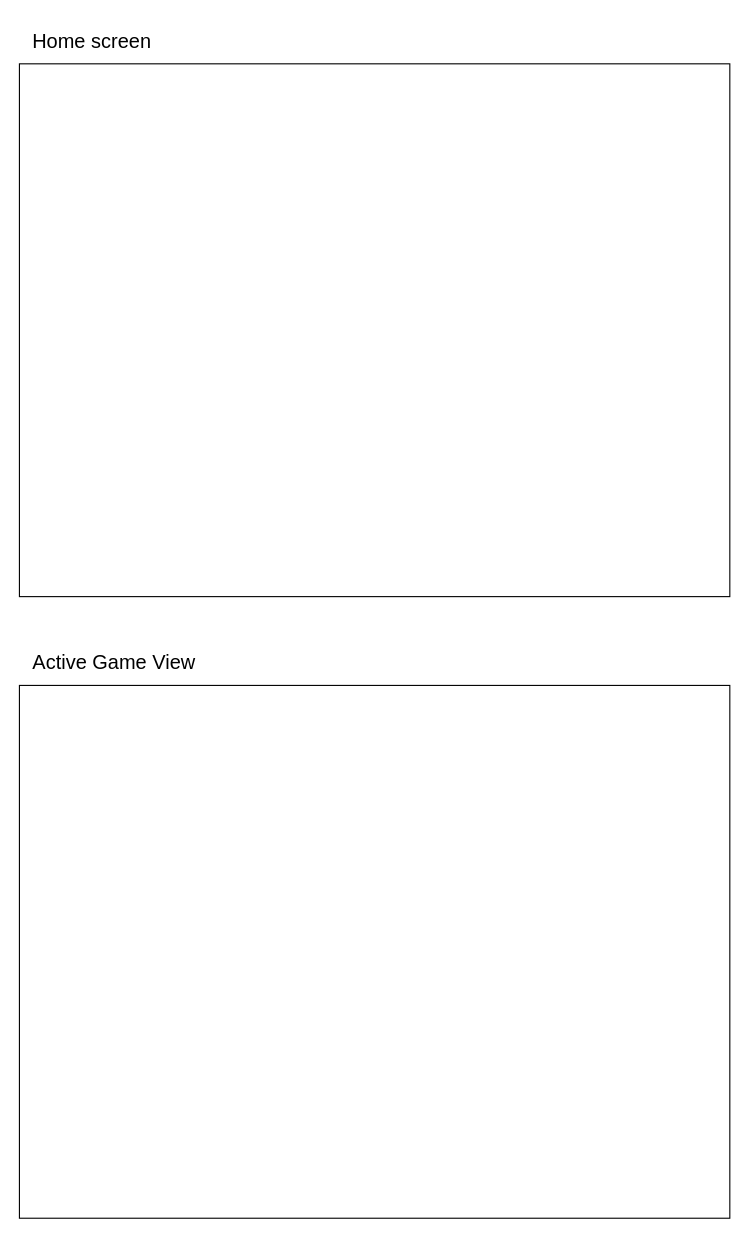
Earlier version of the draw.io diagram screens.drawio (DKwxn/scorecaddy). Source tidied: cells renumbered, new cells numbered last; positions are measured from the earlier drawing's top-left corner, leaving out a move shared by most shapes. Both pictures are drawn from the tidied source at 111%, with x=0, y=0 at pixel (19, 19).
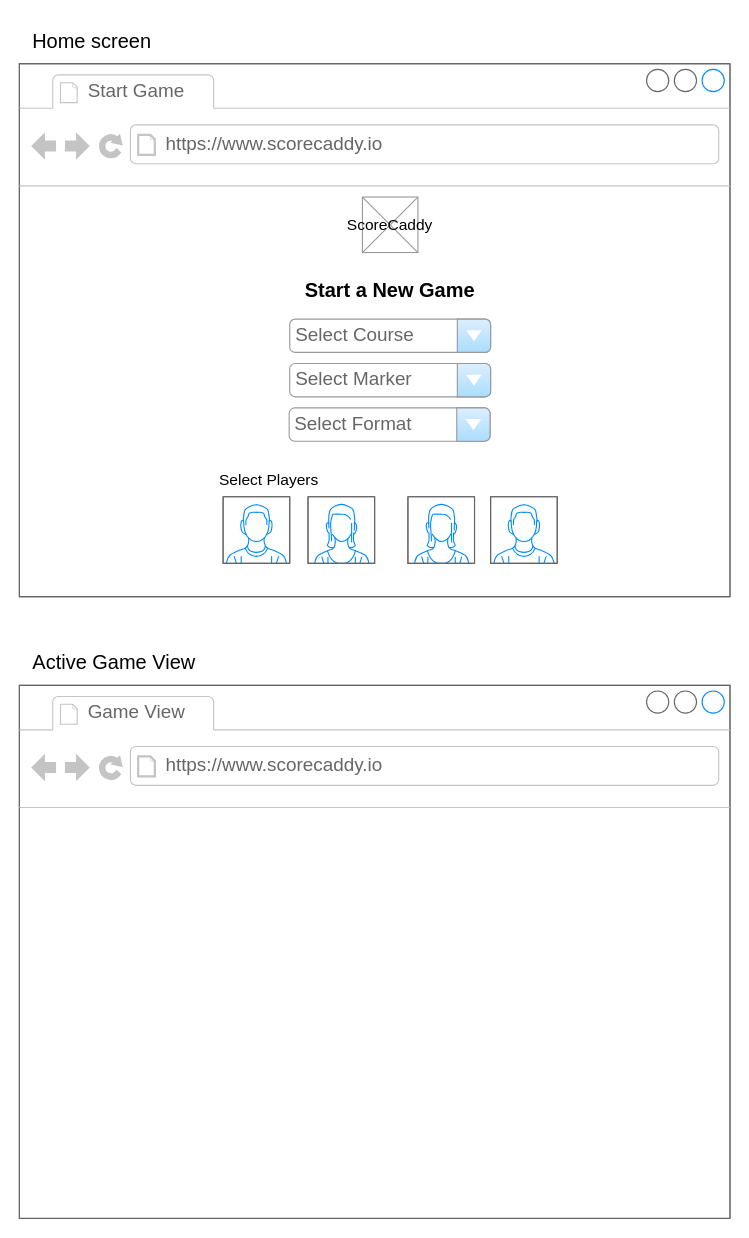
After the change.

The edit, as a diff of the source:
```diff
@@
+    <mxCell id="6" style="strokeWidth=1;shadow=0;dashed=0;align=center;html=1;shape=mxgraph.mockup.containers.browserWindow;rSize=0;strokeColor=#666666;strokeColor2=#008cff;strokeColor3=#c4c4c4;mainText=,;" parent="1" vertex="1">
+      <mxGeometry y="40" width="640" height="480" as="geometry" />
+    </mxCell>
+    <mxCell id="7" value="Start Game" style="strokeWidth=1;shadow=0;dashed=0;align=center;html=1;shape=mxgraph.mockup.containers.anchor;fontSize=17;fontColor=#666666;align=left;whiteSpace=wrap;" parent="6" vertex="1">
+      <mxGeometry x="60" y="12" width="110" height="26" as="geometry" />
+    </mxCell>
+    <mxCell id="8" value="https://www.scorecaddy.io" style="strokeWidth=1;shadow=0;dashed=0;align=center;html=1;shape=mxgraph.mockup.containers.anchor;rSize=0;fontSize=17;fontColor=#666666;align=left;" parent="6" vertex="1">
+      <mxGeometry x="130" y="60" width="250" height="26" as="geometry" />
+    </mxCell>
+    <mxCell id="9" style="verticalLabelPosition=bottom;shadow=0;dashed=0;align=center;html=1;verticalAlign=top;strokeWidth=1;shape=mxgraph.mockup.graphics.simpleIcon;strokeColor=#999999;" parent="6" vertex="1">
+      <mxGeometry x="309" y="120" width="50" height="50" as="geometry" />
+    </mxCell>
+    <mxCell id="10" value="&lt;font style=&quot;font-size: 14px;&quot;&gt;ScoreCaddy&lt;/font&gt;" style="text;html=1;align=center;verticalAlign=middle;whiteSpace=wrap;rounded=0;" parent="6" vertex="1">
+      <mxGeometry x="291" y="125" width="86" height="40" as="geometry" />
+    </mxCell>
+    <mxCell id="11" value="&lt;font style=&quot;font-size: 18px;&quot;&gt;&lt;b&gt;Start a New Game&lt;/b&gt;&lt;/font&gt;" style="text;html=1;align=center;verticalAlign=middle;whiteSpace=wrap;rounded=0;" parent="6" vertex="1">
+      <mxGeometry x="256" y="190" width="156" height="30" as="geometry" />
+    </mxCell>
+    <mxCell id="12" value="Select Course" style="strokeWidth=1;shadow=0;dashed=0;align=center;html=1;shape=mxgraph.mockup.forms.comboBox;strokeColor=#999999;fillColor=#ddeeff;align=left;fillColor2=#aaddff;mainText=;fontColor=#666666;fontSize=17;spacingLeft=3;" parent="6" vertex="1">
+      <mxGeometry x="243.5" y="230" width="181" height="30" as="geometry" />
+    </mxCell>
+    <mxCell id="13" value="Select Marker" style="strokeWidth=1;shadow=0;dashed=0;align=center;html=1;shape=mxgraph.mockup.forms.comboBox;strokeColor=#999999;fillColor=#ddeeff;align=left;fillColor2=#aaddff;mainText=;fontColor=#666666;fontSize=17;spacingLeft=3;" parent="6" vertex="1">
+      <mxGeometry x="243.5" y="270" width="181" height="30" as="geometry" />
+    </mxCell>
+    <mxCell id="14" style="verticalLabelPosition=bottom;shadow=0;dashed=0;align=center;html=1;verticalAlign=top;strokeWidth=1;shape=mxgraph.mockup.containers.userFemale;strokeColor=#666666;strokeColor2=#008cff;" parent="6" vertex="1">
+      <mxGeometry x="350" y="390" width="60" height="60" as="geometry" />
+    </mxCell>
+    <mxCell id="15" style="verticalLabelPosition=bottom;shadow=0;dashed=0;align=center;html=1;verticalAlign=top;strokeWidth=1;shape=mxgraph.mockup.containers.userMale;strokeColor=#666666;strokeColor2=#008cff;" parent="6" vertex="1">
+      <mxGeometry x="183.5" y="390" width="60" height="60" as="geometry" />
+    </mxCell>
+    <mxCell id="16" style="verticalLabelPosition=bottom;shadow=0;dashed=0;align=center;html=1;verticalAlign=top;strokeWidth=1;shape=mxgraph.mockup.containers.userMale;strokeColor=#666666;strokeColor2=#008cff;" parent="6" vertex="1">
+      <mxGeometry x="424.5" y="390" width="60" height="60" as="geometry" />
+    </mxCell>
+    <mxCell id="17" style="verticalLabelPosition=bottom;shadow=0;dashed=0;align=center;html=1;verticalAlign=top;strokeWidth=1;shape=mxgraph.mockup.containers.userFemale;strokeColor=#666666;strokeColor2=#008cff;" parent="6" vertex="1">
+      <mxGeometry x="260" y="390" width="60" height="60" as="geometry" />
+    </mxCell>
+    <mxCell id="18" value="&lt;font style=&quot;font-size: 14px;&quot;&gt;Select Players&lt;/font&gt;" style="text;html=1;align=center;verticalAlign=middle;whiteSpace=wrap;rounded=0;" parent="6" vertex="1">
+      <mxGeometry x="170" y="360" width="110" height="30" as="geometry" />
+    </mxCell>
+    <mxCell id="19" value="Select Format" style="strokeWidth=1;shadow=0;dashed=0;align=center;html=1;shape=mxgraph.mockup.forms.comboBox;strokeColor=#999999;fillColor=#ddeeff;align=left;fillColor2=#aaddff;mainText=;fontColor=#666666;fontSize=17;spacingLeft=3;" parent="6" vertex="1">
+      <mxGeometry x="243" y="310" width="181" height="30" as="geometry" />
+    </mxCell>
+    <mxCell id="20" style="strokeWidth=1;shadow=0;dashed=0;align=center;html=1;shape=mxgraph.mockup.containers.browserWindow;rSize=0;strokeColor=#666666;strokeColor2=#008cff;strokeColor3=#c4c4c4;mainText=,;" parent="1" vertex="1">
+      <mxGeometry y="600" width="640" height="480" as="geometry" />
+    </mxCell>
+    <mxCell id="21" value="Game View" style="strokeWidth=1;shadow=0;dashed=0;align=center;html=1;shape=mxgraph.mockup.containers.anchor;fontSize=17;fontColor=#666666;align=left;whiteSpace=wrap;" parent="20" vertex="1">
+      <mxGeometry x="60" y="12" width="110" height="26" as="geometry" />
+    </mxCell>
+    <mxCell id="22" value="https://www.scorecaddy.io" style="strokeWidth=1;shadow=0;dashed=0;align=center;html=1;shape=mxgraph.mockup.containers.anchor;rSize=0;fontSize=17;fontColor=#666666;align=left;" parent="20" vertex="1">
+      <mxGeometry x="130" y="60" width="250" height="26" as="geometry" />
+    </mxCell>
```
